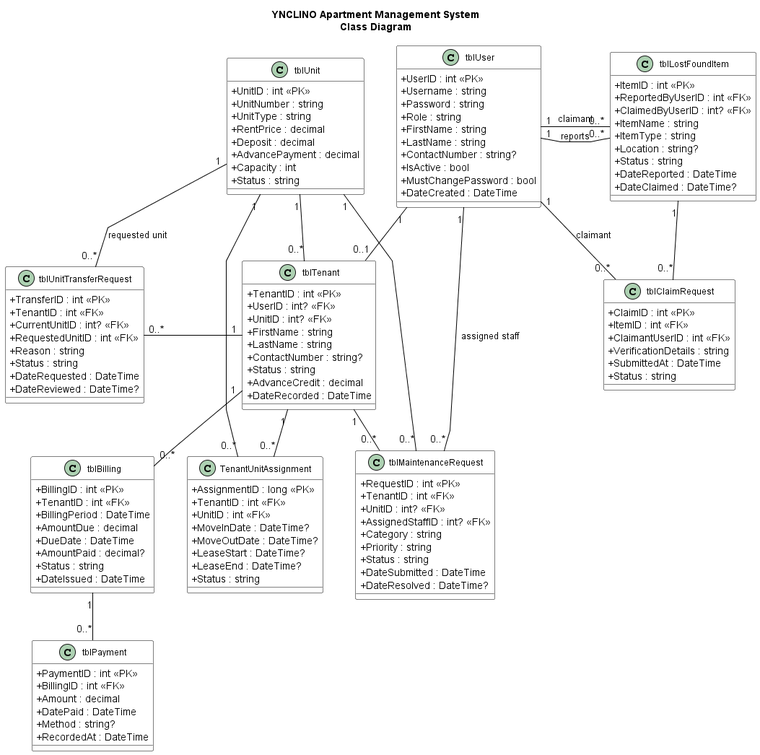
Before: out/YnclinoClassDiagram/YnclinoClassDiagram.png, a diagram exported from PlantUML (clarkkyyy1104/ynclino-apartment-management-system).
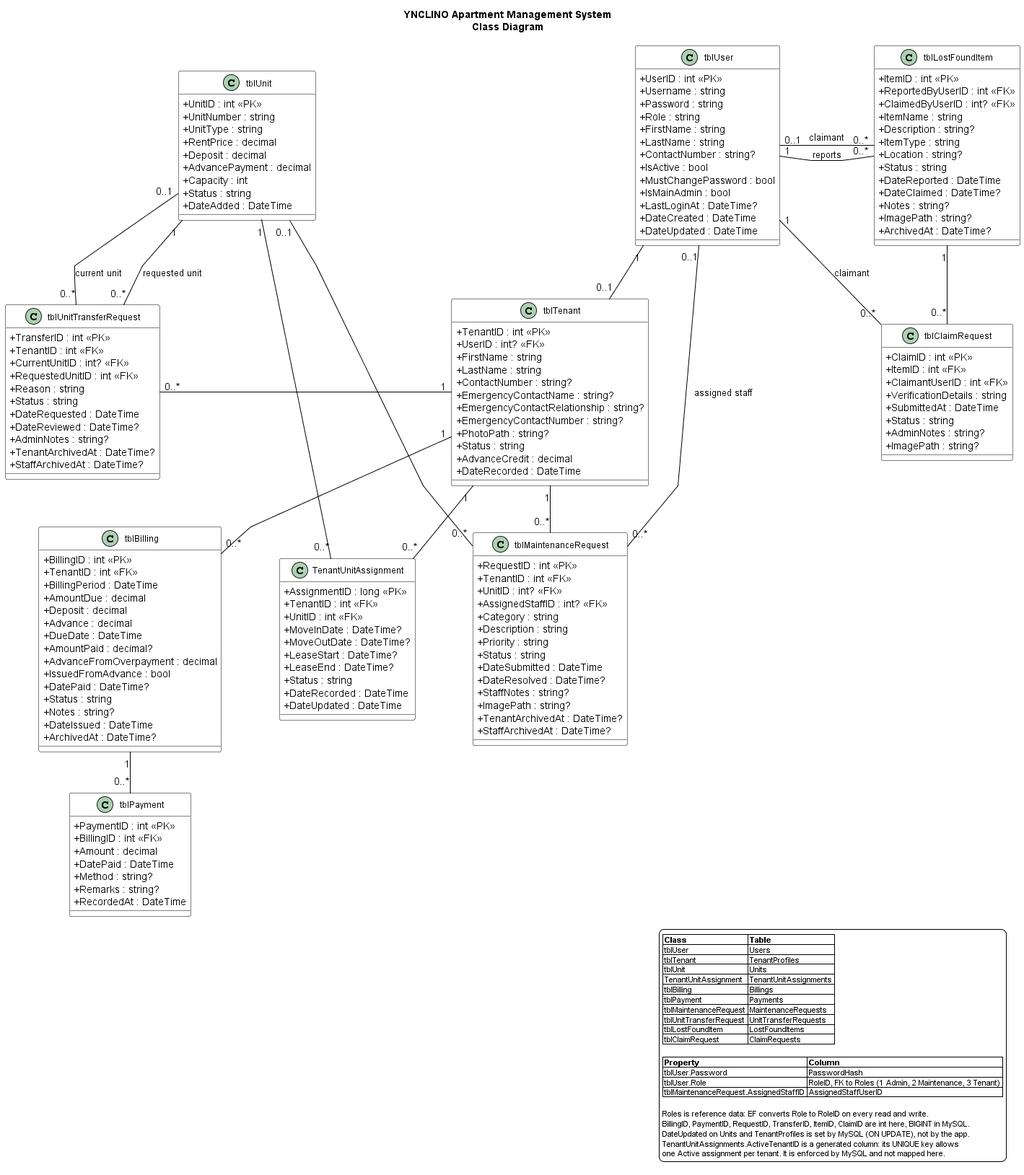
After the commit.

Change to the diagram source:
```diff
@@ -1,4 +1,4 @@
-@startuml
+@startuml YnclinoClassDiagram
 title YNCLINO Apartment Management System\nClass Diagram
 
 top to bottom direction
@@ -6,7 +6,7 @@
 skinparam classAttributeIconSize 0
 skinparam shadowing false
 skinparam linetype polyline
-skinparam nodesep 45
+skinparam nodesep 80
 skinparam ranksep 55
 
 skinparam class {
@@ -14,6 +14,12 @@
     BorderColor Black
     ArrowColor Black
     FontSize 12
+}
+
+skinparam legend {
+    BackgroundColor White
+    BorderColor Black
+    FontSize 11
 }
 
 
@@ -27,16 +33,22 @@
     + ContactNumber : string?
     + IsActive : bool
     + MustChangePassword : bool
+    + IsMainAdmin : bool
+    + LastLoginAt : DateTime?
     + DateCreated : DateTime
+    + DateUpdated : DateTime
 }
 
 class tblTenant {
     + TenantID : int <<PK>>
     + UserID : int? <<FK>>
-    + UnitID : int? <<FK>>
     + FirstName : string
     + LastName : string
     + ContactNumber : string?
+    + EmergencyContactName : string?
+    + EmergencyContactRelationship : string?
+    + EmergencyContactNumber : string?
+    + PhotoPath : string?
     + Status : string
     + AdvanceCredit : decimal
     + DateRecorded : DateTime
@@ -51,6 +63,7 @@
     + AdvancePayment : decimal
     + Capacity : int
     + Status : string
+    + DateAdded : DateTime
 }
 
 class TenantUnitAssignment {
@@ -62,6 +75,8 @@
     + LeaseStart : DateTime?
     + LeaseEnd : DateTime?
     + Status : string
+    + DateRecorded : DateTime
+    + DateUpdated : DateTime
 }
 
 
@@ -70,10 +85,17 @@
     + TenantID : int <<FK>>
     + BillingPeriod : DateTime
     + AmountDue : decimal
+    + Deposit : decimal
+    + Advance : decimal
     + DueDate : DateTime
     + AmountPaid : decimal?
+    + AdvanceFromOverpayment : decimal
+    + IssuedFromAdvance : bool
+    + DatePaid : DateTime?
     + Status : string
+    + Notes : string?
     + DateIssued : DateTime
+    + ArchivedAt : DateTime?
 }
 
 class tblPayment {
@@ -82,6 +104,7 @@
     + Amount : decimal
     + DatePaid : DateTime
     + Method : string?
+    + Remarks : string?
     + RecordedAt : DateTime
 }
 
@@ -92,10 +115,15 @@
     + UnitID : int? <<FK>>
     + AssignedStaffID : int? <<FK>>
     + Category : string
+    + Description : string
     + Priority : string
     + Status : string
     + DateSubmitted : DateTime
     + DateResolved : DateTime?
+    + StaffNotes : string?
+    + ImagePath : string?
+    + TenantArchivedAt : DateTime?
+    + StaffArchivedAt : DateTime?
 }
 
 
@@ -108,6 +136,9 @@
     + Status : string
     + DateRequested : DateTime
     + DateReviewed : DateTime?
+    + AdminNotes : string?
+    + TenantArchivedAt : DateTime?
+    + StaffArchivedAt : DateTime?
 }
 
 
@@ -116,11 +147,15 @@
     + ReportedByUserID : int <<FK>>
     + ClaimedByUserID : int? <<FK>>
     + ItemName : string
+    + Description : string?
     + ItemType : string
     + Location : string?
     + Status : string
     + DateReported : DateTime
     + DateClaimed : DateTime?
+    + Notes : string?
+    + ImagePath : string?
+    + ArchivedAt : DateTime?
 }
 
 class tblClaimRequest {
@@ -130,31 +165,59 @@
     + VerificationDetails : string
     + SubmittedAt : DateTime
     + Status : string
+    + AdminNotes : string?
+    + ImagePath : string?
 }
 
 
 tblUser "1" -down- "0..1" tblTenant
 
-tblUnit "1" -right- "0..*" tblTenant
 
 tblTenant "1" -down- "0..*" tblBilling
 tblBilling "1" -down- "0..*" tblPayment
 
 tblTenant "1" -right- "0..*" tblMaintenanceRequest
-tblUnit "1" -- "0..*" tblMaintenanceRequest
-tblUser "1" -- "0..*" tblMaintenanceRequest : assigned staff
+tblUnit "0..1" -- "0..*" tblMaintenanceRequest
+tblUser "0..1" -- "0..*" tblMaintenanceRequest : assigned staff
 
 tblTenant "1" -left- "0..*" tblUnitTransferRequest
 tblUnit "1" -- "0..*" tblUnitTransferRequest : requested unit
+tblUnit "0..1" -- "0..*" tblUnitTransferRequest : current unit
 
 tblTenant "1" -- "0..*" TenantUnitAssignment
 tblUnit "1" -- "0..*" TenantUnitAssignment
 
 tblUser "1" -right- "0..*" tblLostFoundItem : reports
-tblUser "1" -- "0..*" tblLostFoundItem : claimant
+tblUser "0..1" -- "0..*" tblLostFoundItem : claimant
 
 tblLostFoundItem "1" -down- "0..*" tblClaimRequest
 tblUser "1" -- "0..*" tblClaimRequest : claimant
+
+
+legend bottom right
+    |= Class |= Table |
+    | tblUser | Users |
+    | tblTenant | TenantProfiles |
+    | tblUnit | Units |
+    | TenantUnitAssignment | TenantUnitAssignments |
+    | tblBilling | Billings |
+    | tblPayment | Payments |
+    | tblMaintenanceRequest | MaintenanceRequests |
+    | tblUnitTransferRequest | UnitTransferRequests |
+    | tblLostFoundItem | LostFoundItems |
+    | tblClaimRequest | ClaimRequests |
+
+    |= Property |= Column |
+    | tblUser.Password | PasswordHash |
+    | tblUser.Role | RoleID, FK to Roles (1 Admin, 2 Maintenance, 3 Tenant) |
+    | tblMaintenanceRequest.AssignedStaffID | AssignedStaffUserID |
+
+    Roles is reference data: EF converts Role to RoleID on every read and write.
+    BillingID, PaymentID, RequestID, TransferID, ItemID, ClaimID are int here, BIGINT in MySQL.
+    DateUpdated on Units and TenantProfiles is set by MySQL (ON UPDATE), not by the app.
+    TenantUnitAssignments.ActiveTenantID is a generated column: its UNIQUE key allows
+    one Active assignment per tenant. It is enforced by MySQL and not mapped here.
+endlegend
 
 
 tblUnit -[hidden]right- tblUser
```
